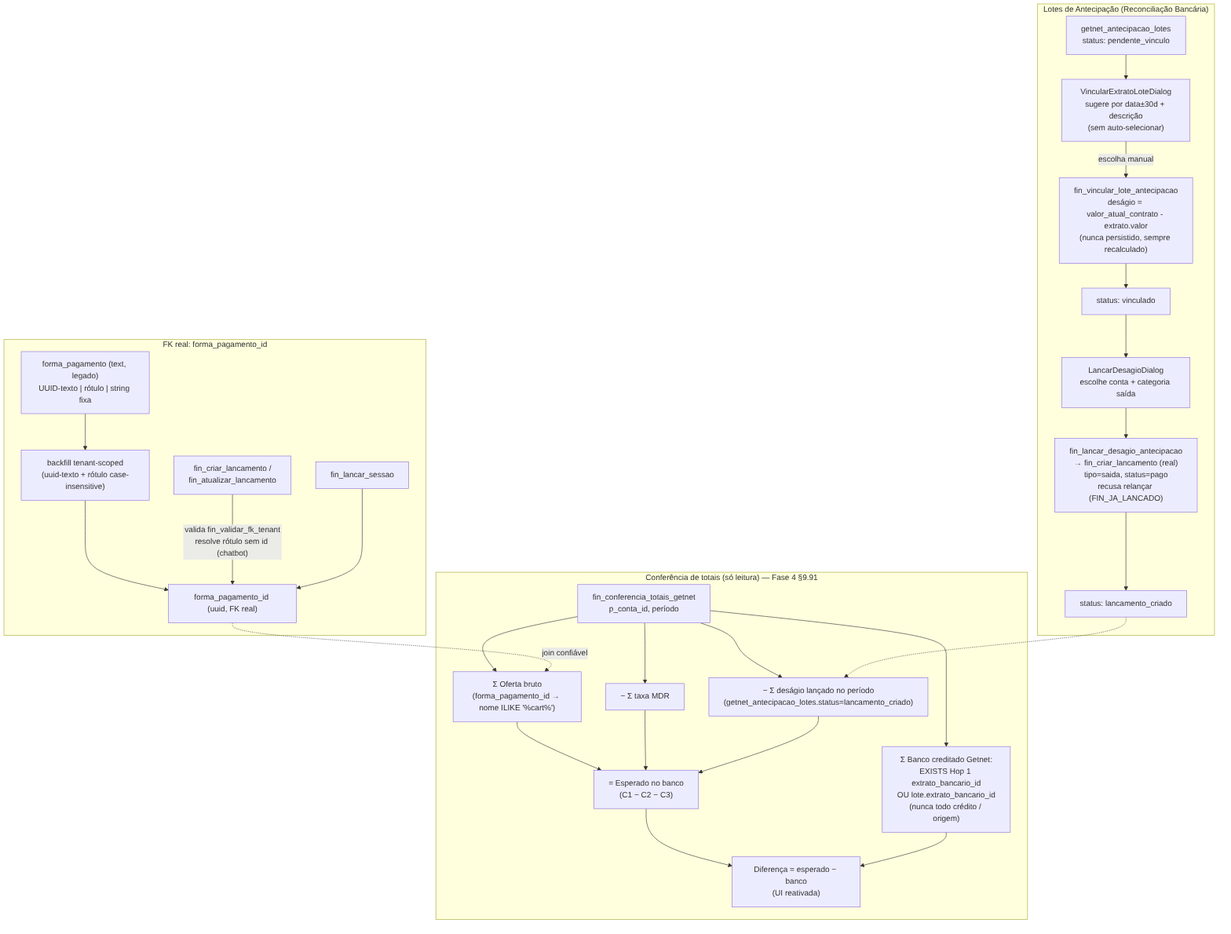
Before: docs/diagramas/exports/fluxo-financeiro_19.png, a diagram exported from Mermaid (adrianoapc/igreja-carvalho). Its source is kept beside it as docs/diagramas/exports/fluxo-financeiro_19.mmd.
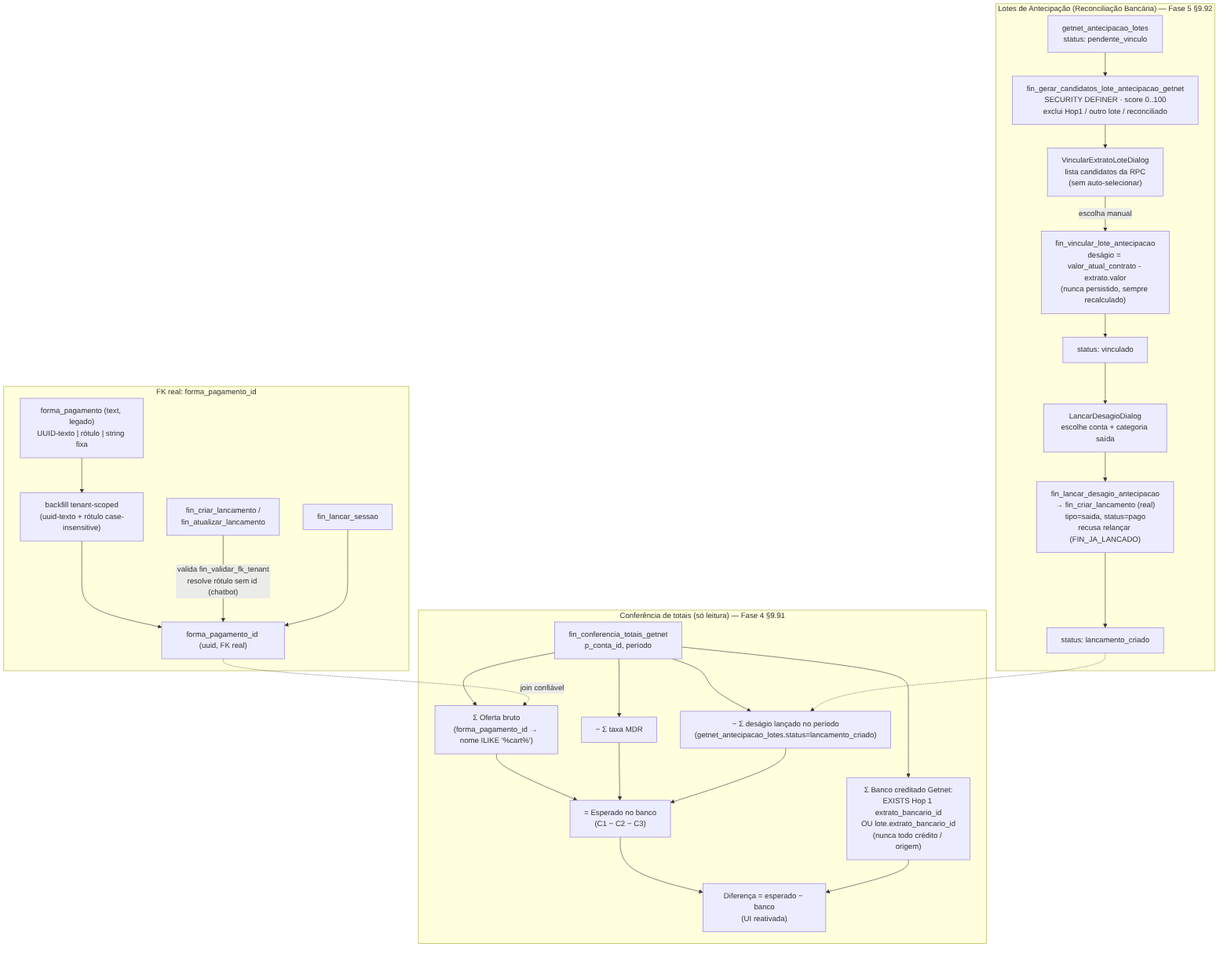
After the commit.

Diff of the diagram source:
```diff
@@ -8,10 +8,11 @@
         SESSAO["fin_lancar_sessao"] --> FPID
     end
 
-    subgraph LOTES["Lotes de Antecipação (Reconciliação Bancária)"]
+    subgraph LOTES["Lotes de Antecipação (Reconciliação Bancária) — Fase 5 §9.92"]
         LISTA["getnet_antecipacao_lotes\nstatus: pendente_vinculo"]
-        VDLG["VincularExtratoLoteDialog\nsugere por data±30d + descrição\n(sem auto-selecionar)"]
-        LISTA --> VDLG
+        CAND["fin_gerar_candidatos_lote_antecipacao_getnet\nSECURITY DEFINER · score 0..100\nexclui Hop1 / outro lote / reconciliado"]
+        VDLG["VincularExtratoLoteDialog\nlista candidatos da RPC\n(sem auto-selecionar)"]
+        LISTA --> CAND --> VDLG
         VDLG -->|"escolha manual"| VINC2["fin_vincular_lote_antecipacao\ndeságio = valor_atual_contrato - extrato.valor\n(nunca persistido, sempre recalculado)"]
         VINC2 --> VINCULADO["status: vinculado"]
         VINCULADO --> LDLG["LancarDesagioDialog\nescolhe conta + categoria saída"]
```
